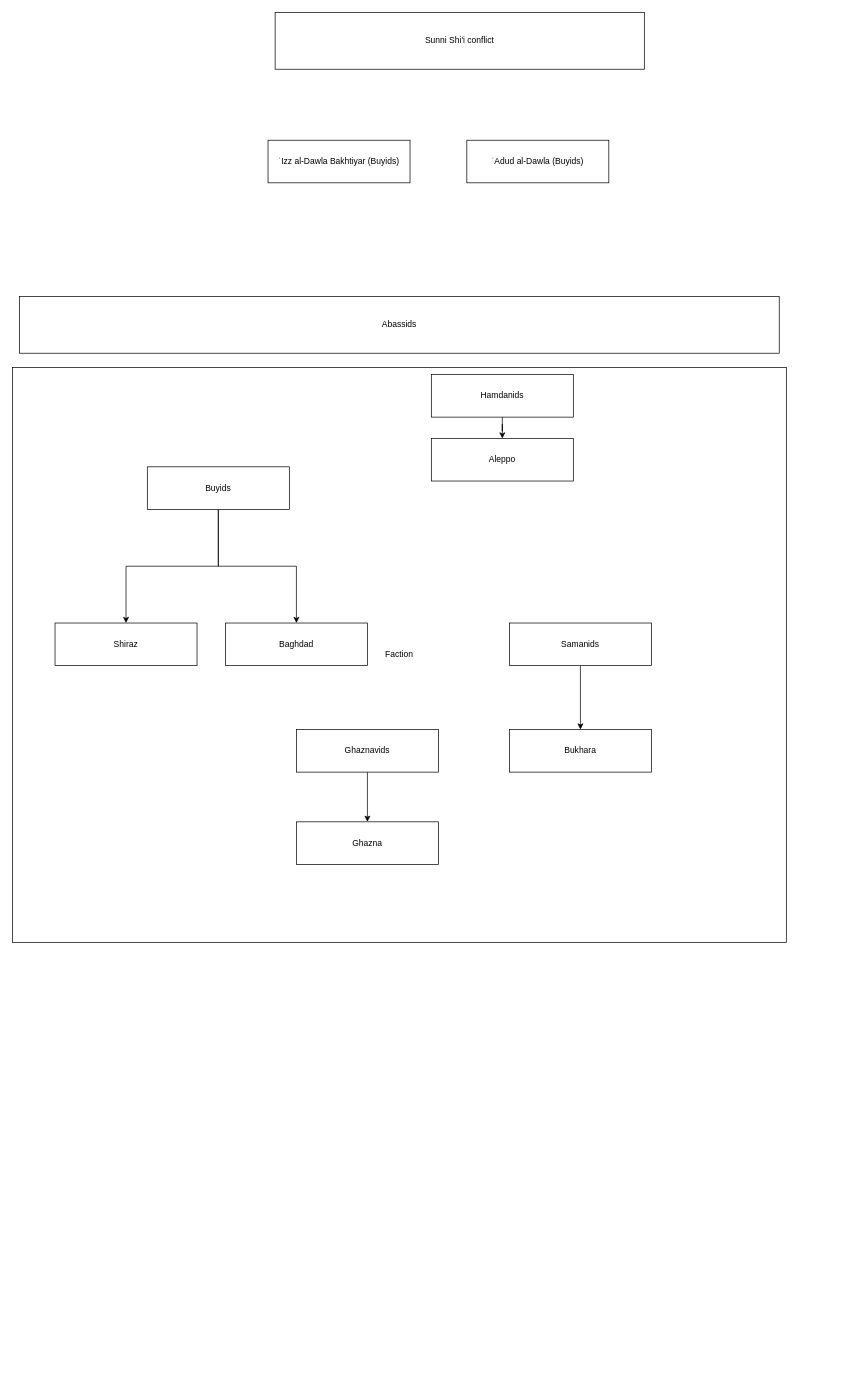
Above: page "Al-Ṭāʾiʿ li-amri ʿllāh" (37 of 38) of Islam Groupings.drawio in azryzdy/hobbies (draw.io), before the change. Source tidied: cells renumbered, new cells numbered last; positions are measured from the earlier drawing's top-left corner, leaving out a move shared by most shapes. Both pictures are drawn from the tidied source at 71%, with x=0, y=0 at pixel (12, 12).
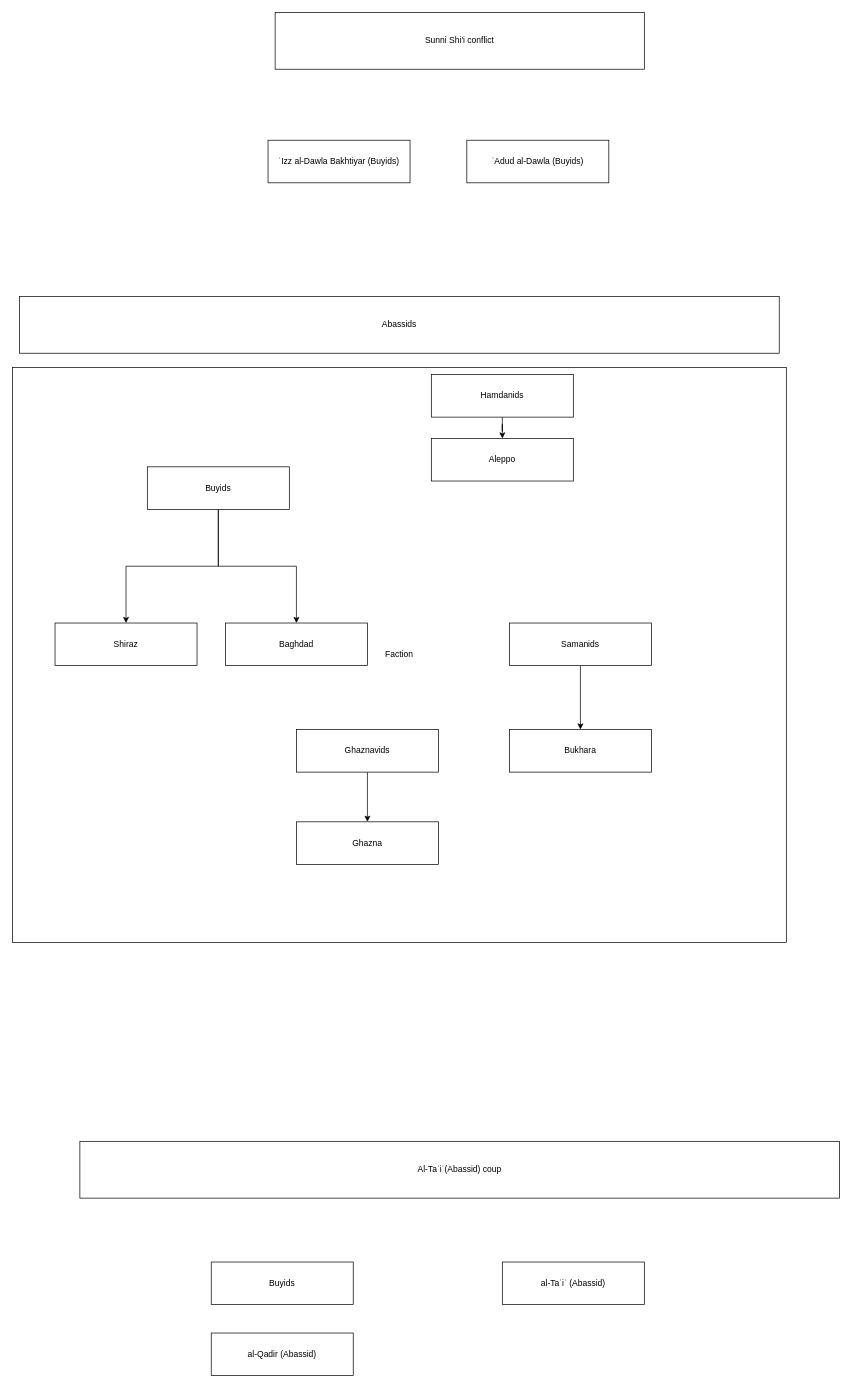
After the change.

Change to the diagram source:
```diff
@@
+    <mxCell id="22" value=" Al-Taʾiʿ(Abassid) coup" style="rounded=0;whiteSpace=wrap;html=1;" parent="1" vertex="1">
+      <mxGeometry x="95" y="1590" width="1070" height="80" as="geometry" />
+    </mxCell>
+    <mxCell id="23" value="al-Taʾiʿ (Abassid)" style="rounded=0;whiteSpace=wrap;html=1;" parent="1" vertex="1">
+      <mxGeometry x="690" y="1760" width="200" height="60" as="geometry" />
+    </mxCell>
+    <mxCell id="24" value="al-Qadir (Abassid)" style="rounded=0;whiteSpace=wrap;html=1;" parent="1" vertex="1">
+      <mxGeometry x="280" y="1860" width="200" height="60" as="geometry" />
+    </mxCell>
+    <mxCell id="25" value="Buyids" style="rounded=0;whiteSpace=wrap;html=1;" parent="1" vertex="1">
+      <mxGeometry x="280" y="1760" width="200" height="60" as="geometry" />
+    </mxCell>
```
